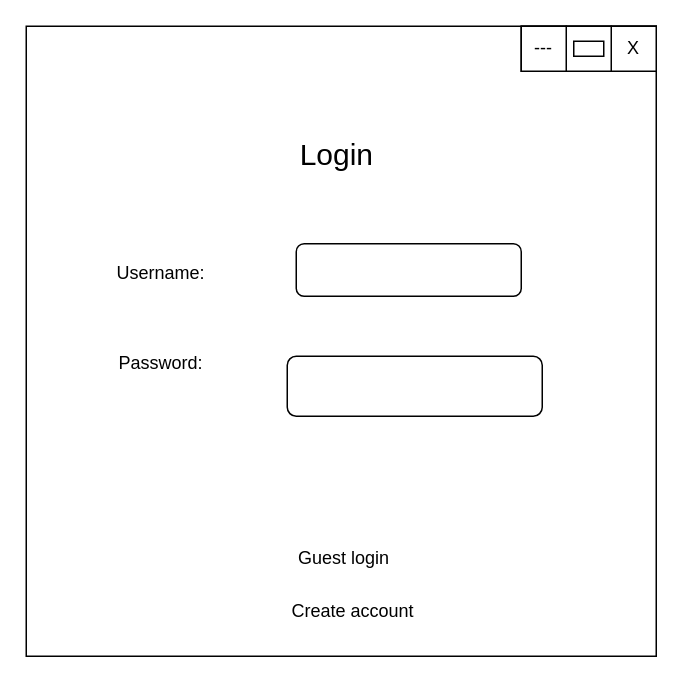
This is login design.drawio from B34427/ComputingProject, a draw.io file, before an edit. Source tidied: cells renumbered, new cells numbered last; positions are measured from the earlier drawing's top-left corner, leaving out a move shared by most shapes. Both pictures are drawn from the tidied source at 150%, with x=0, y=0 at pixel (26, 26).
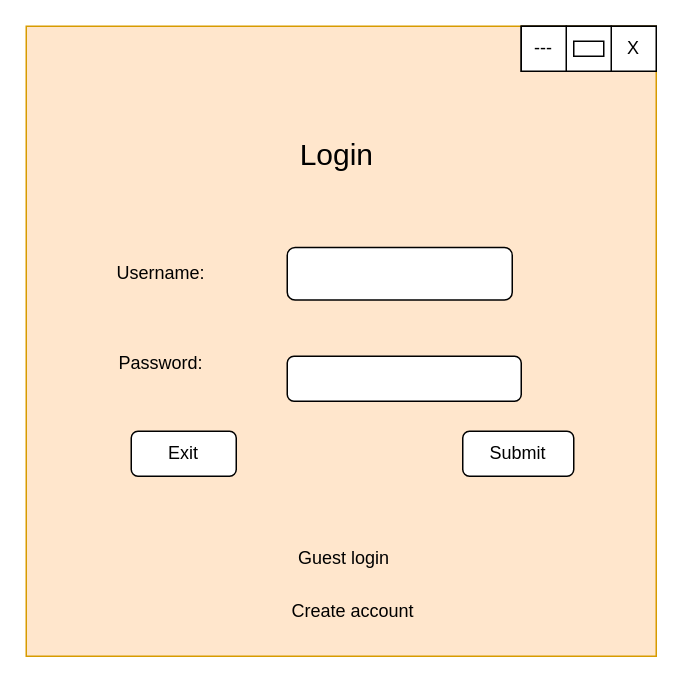
The same page after the edit.

Change to the diagram source:
```diff
@@
 <mxGraphModel>
   <root>
     <mxCell id="0" />
     <mxCell id="1" parent="0" />
-    <mxCell id="2" style="whiteSpace=wrap;html=1;" parent="1" vertex="1">
+    <mxCell id="2" style="whiteSpace=wrap;html=1;fillColor=#ffe6cc;strokeColor=#d79b00;" parent="1" vertex="1">
       <mxGeometry width="420" height="420" as="geometry" />
     </mxCell>
     <mxCell id="3" style="rounded=0;whiteSpace=wrap;html=1;" parent="1" vertex="1">
       <mxGeometry x="330" width="90" height="30" as="geometry" />
     </mxCell>
     <mxCell id="4" value="X" style="rounded=0;whiteSpace=wrap;html=1;" parent="1" vertex="1">
       <mxGeometry x="390" width="30" height="30" as="geometry" />
     </mxCell>
     <mxCell id="5" style="rounded=0;whiteSpace=wrap;html=1;" parent="1" vertex="1">
       <mxGeometry x="360" width="30" height="30" as="geometry" />
     </mxCell>
     <mxCell id="6" value="---" style="rounded=0;whiteSpace=wrap;html=1;" parent="1" vertex="1">
       <mxGeometry x="330" width="30" height="30" as="geometry" />
     </mxCell>
     <mxCell id="7" style="rounded=0;whiteSpace=wrap;html=1;" parent="1" vertex="1">
       <mxGeometry x="365" y="10" width="20" height="10" as="geometry" />
     </mxCell>
     <mxCell id="8" value="Login&amp;nbsp;" style="text;html=1;align=center;verticalAlign=middle;whiteSpace=wrap;rounded=0;fontSize=20;" parent="1" vertex="1">
       <mxGeometry x="147" y="60" width="126" height="50" as="geometry" />
     </mxCell>
     <mxCell id="9" value="Username:" style="text;html=1;align=center;verticalAlign=middle;whiteSpace=wrap;rounded=0;" parent="1" vertex="1">
       <mxGeometry x="60" y="150" width="60" height="30" as="geometry" />
     </mxCell>
     <mxCell id="10" value="Password:" style="text;html=1;align=center;verticalAlign=middle;whiteSpace=wrap;rounded=0;" parent="1" vertex="1">
       <mxGeometry x="60" y="210" width="60" height="30" as="geometry" />
     </mxCell>
-    <mxCell id="11" value="Guest login" style="text;html=1;align=center;verticalAlign=middle;whiteSpace=wrap;rounded=0;" parent="1" vertex="1">
+    <mxCell id="11" value="Guest login" style="text;html=1;align=center;verticalAlign=middle;whiteSpace=wrap;rounded=0;shadow=0;" parent="1" vertex="1">
       <mxGeometry x="174" y="340" width="76" height="30" as="geometry" />
     </mxCell>
     <mxCell id="12" value="Create account" style="text;html=1;align=center;verticalAlign=middle;whiteSpace=wrap;rounded=0;" parent="1" vertex="1">
       <mxGeometry x="174" y="380" width="88" height="20" as="geometry" />
     </mxCell>
     <mxCell id="13" style="rounded=1;whiteSpace=wrap;html=1;" parent="1" vertex="1">
-      <mxGeometry x="180" y="145" width="150" height="35" as="geometry" />
+      <mxGeometry x="174" y="147.5" width="150" height="35" as="geometry" />
     </mxCell>
     <mxCell id="14" style="rounded=1;whiteSpace=wrap;html=1;" parent="1" vertex="1">
-      <mxGeometry x="174" y="220" width="170" height="40" as="geometry" />
+      <mxGeometry x="174" y="220" width="156" height="30" as="geometry" />
     </mxCell>
+    <mxCell id="15" value="Submit" style="rounded=1;whiteSpace=wrap;html=1;" parent="1" vertex="1">
+      <mxGeometry x="291" y="270" width="74" height="30" as="geometry" />
+    </mxCell>
+    <mxCell id="16" value="Exit" style="rounded=1;whiteSpace=wrap;html=1;" parent="1" vertex="1">
+      <mxGeometry x="70" y="270" width="70" height="30" as="geometry" />
+    </mxCell>
   </root>
 </mxGraphModel>
```
